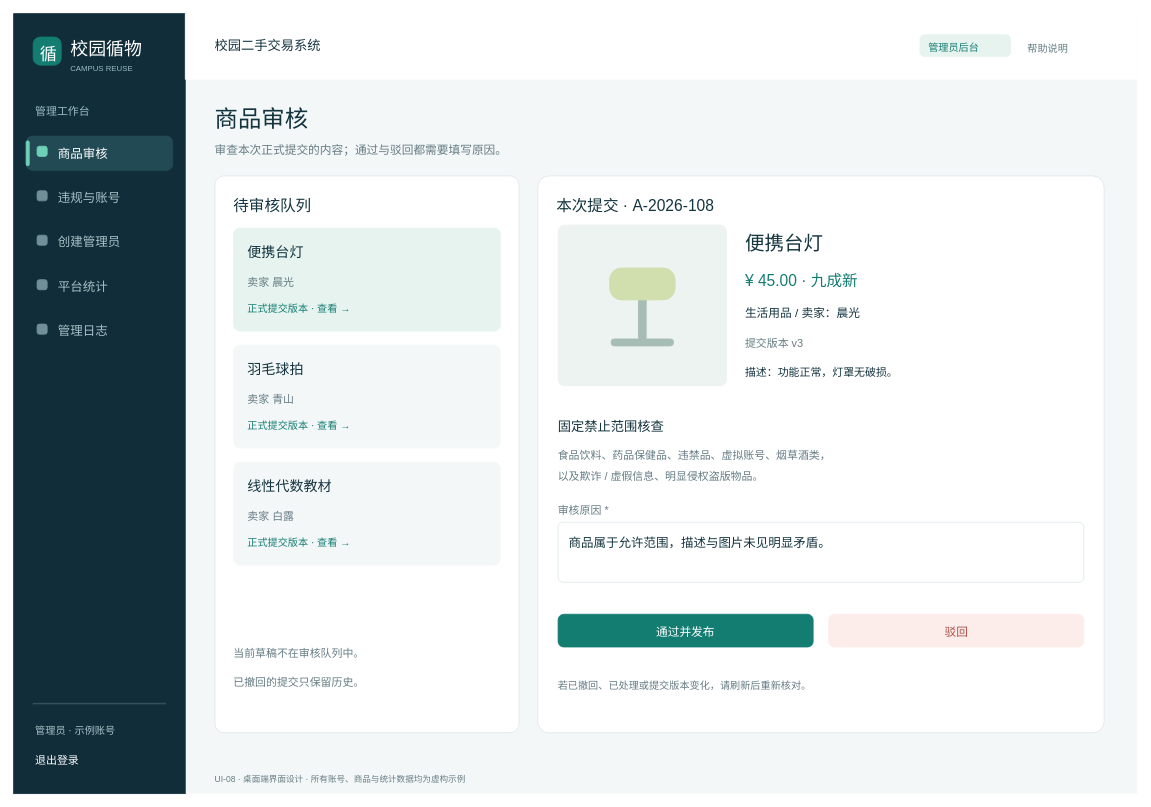
Above: page "界面08_商品审核" (8 of 14) of lab2/UI/校园循物_UI设计.drawio in hqzhao-debug/software-engineering-lab1 (draw.io), before the change. Source tidied: cells renumbered, new cells numbered last; positions are measured from the earlier drawing's top-left corner, leaving out a move shared by most shapes. Both pictures are drawn from the tidied source at 78%, with x=0, y=0 at pixel (13, 13).
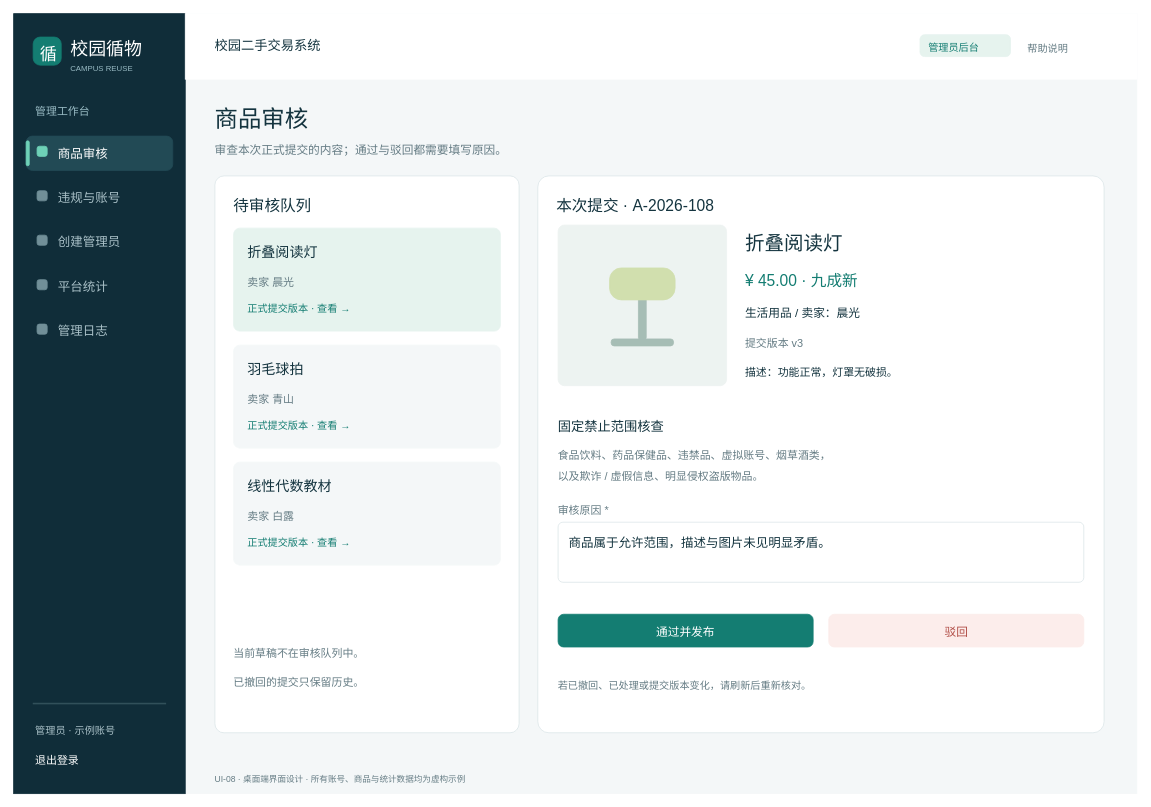
The same diagram, later.

Diff of the diagram source:
```diff
@@
-    <mxCell id="35" value="便携台灯" style="text;html=0;strokeColor=none;fillColor=none;align=left;verticalAlign=top;whiteSpace=wrap;rounded=0;fontFamily=Hiragino Sans GB;fontSize=18;fontColor=#14343F;spacing=0;" parent="1" vertex="1">
-      <mxGeometry x="300" y="292" width="84" height="30" as="geometry" />
+    <mxCell id="35" value="折叠阅读灯" style="text;html=0;strokeColor=none;fillColor=none;align=left;verticalAlign=top;whiteSpace=wrap;rounded=0;fontFamily=Hiragino Sans GB;fontSize=18;fontColor=#14343F;spacing=0;" parent="1" vertex="1">
+      <mxGeometry x="300" y="292" width="102" height="30" as="geometry" />
     </mxCell>
@@
-    <mxCell id="54" value="便携台灯" style="text;html=0;strokeColor=none;fillColor=none;align=left;verticalAlign=top;whiteSpace=wrap;rounded=0;fontFamily=Hiragino Sans GB;fontSize=25;fontColor=#14343F;spacing=0;" parent="1" vertex="1">
-      <mxGeometry x="938" y="275" width="112" height="37" as="geometry" />
+    <mxCell id="54" value="折叠阅读灯" style="text;html=0;strokeColor=none;fillColor=none;align=left;verticalAlign=top;whiteSpace=wrap;rounded=0;fontFamily=Hiragino Sans GB;fontSize=25;fontColor=#14343F;spacing=0;" parent="1" vertex="1">
+      <mxGeometry x="938" y="275" width="137" height="37" as="geometry" />
     </mxCell>
```
